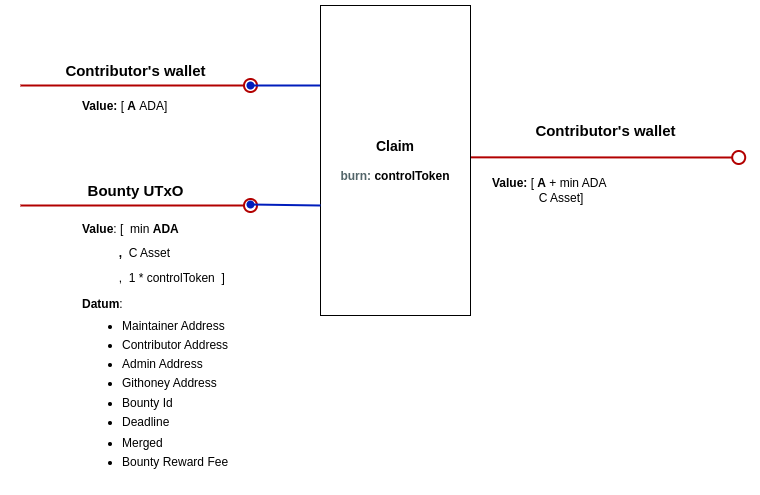
This is docs/img/claim.png from githoney-io/githoney-smart-contract, a draw.io export, as it was before one commit. Source tidied: cells renumbered, new cells last; positions are measured from the earlier drawing's top-left corner, leaving out a move shared by most shapes.
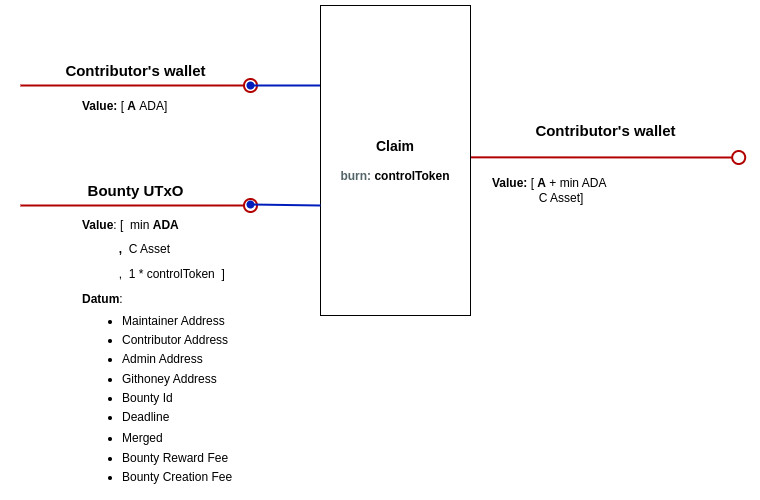
After the commit.

Commit message:
Adding creation Fee to datum

Change to the diagram source:
```diff
@@ -47,7 +47,7 @@
     <mxCell id="11" value="&lt;font style=&quot;font-size: 15px;&quot;&gt;&lt;b&gt;Bounty UTxO&lt;/b&gt;&lt;/font&gt;" style="text;html=1;align=center;verticalAlign=middle;strokeColor=none;fillColor=none;" parent="1" vertex="1">
       <mxGeometry x="55" y="170" width="120" height="30" as="geometry" />
     </mxCell>
-    <mxCell id="12" value="&lt;p style=&quot;line-height: 100%;&quot;&gt;&lt;b&gt;Value&lt;/b&gt;: [&amp;nbsp; min&lt;b&gt;&amp;nbsp;ADA&lt;/b&gt;&lt;/p&gt;&lt;p style=&quot;line-height: 100%;&quot;&gt;&lt;b&gt;&lt;span style=&quot;white-space: pre;&quot;&gt;&#9;&lt;/span&gt;&amp;nbsp; &amp;nbsp;,&amp;nbsp; &lt;/b&gt;C Asset&lt;br&gt;&lt;/p&gt;&lt;span style=&quot;background-color: initial;&quot;&gt;&amp;nbsp; &amp;nbsp; &amp;nbsp; &amp;nbsp; &amp;nbsp; &amp;nbsp;,&amp;nbsp; 1 * controlToken&lt;/span&gt;&lt;b style=&quot;background-color: initial;&quot;&gt;&amp;nbsp;&amp;nbsp;&lt;/b&gt;&lt;span style=&quot;background-color: initial;&quot;&gt;]&amp;nbsp;&lt;/span&gt;&lt;div&gt;&lt;div&gt;&lt;p style=&quot;line-height: 100%;&quot;&gt;&lt;b&gt;Datum&lt;/b&gt;:&lt;/p&gt;&lt;ul style=&quot;line-height: 80%;&quot;&gt;&lt;li&gt;Maintainer Address&lt;br&gt;&lt;br&gt;&lt;/li&gt;&lt;li&gt;Contributor Address&lt;/li&gt;&lt;br&gt;&lt;li&gt;Admin Address&amp;nbsp; &amp;nbsp;&lt;br&gt;&lt;br&gt;&lt;/li&gt;&lt;li&gt;Githoney Address&amp;nbsp; &amp;nbsp; &amp;nbsp; &amp;nbsp;&amp;nbsp;&lt;br&gt;&amp;nbsp; &amp;nbsp; &amp;nbsp;&lt;/li&gt;&lt;li&gt;Bounty Id&lt;br&gt;&lt;br&gt;&lt;/li&gt;&lt;li&gt;Deadline&lt;/li&gt;&lt;/ul&gt;&lt;ul style=&quot;line-height: 80%;&quot;&gt;&lt;li&gt;Merged&lt;br&gt;&lt;br&gt;&lt;/li&gt;&lt;li&gt;Bounty Reward Fee&lt;br&gt;&lt;br&gt;&lt;/li&gt;&lt;/ul&gt;&lt;p&gt;&lt;/p&gt;&lt;/div&gt;&lt;/div&gt;" style="text;html=1;strokeColor=none;fillColor=none;align=left;verticalAlign=middle;whiteSpace=wrap;rounded=0;" parent="1" vertex="1">
+    <mxCell id="12" value="&lt;p style=&quot;line-height: 100%;&quot;&gt;&lt;b&gt;Value&lt;/b&gt;: [&amp;nbsp; min&lt;b&gt;&amp;nbsp;ADA&lt;/b&gt;&lt;/p&gt;&lt;p style=&quot;line-height: 100%;&quot;&gt;&lt;b&gt;&lt;span style=&quot;white-space: pre;&quot;&gt;&#9;&lt;/span&gt;&amp;nbsp; &amp;nbsp;,&amp;nbsp; &lt;/b&gt;C Asset&lt;br&gt;&lt;/p&gt;&lt;span style=&quot;background-color: initial;&quot;&gt;&amp;nbsp; &amp;nbsp; &amp;nbsp; &amp;nbsp; &amp;nbsp; &amp;nbsp;,&amp;nbsp; 1 * controlToken&lt;/span&gt;&lt;b style=&quot;background-color: initial;&quot;&gt;&amp;nbsp;&amp;nbsp;&lt;/b&gt;&lt;span style=&quot;background-color: initial;&quot;&gt;]&amp;nbsp;&lt;/span&gt;&lt;div&gt;&lt;div&gt;&lt;p style=&quot;line-height: 100%;&quot;&gt;&lt;b&gt;Datum&lt;/b&gt;:&lt;/p&gt;&lt;ul style=&quot;line-height: 80%;&quot;&gt;&lt;li&gt;Maintainer Address&lt;br&gt;&lt;br&gt;&lt;/li&gt;&lt;li&gt;Contributor Address&lt;/li&gt;&lt;br&gt;&lt;li&gt;Admin Address&amp;nbsp; &amp;nbsp;&lt;br&gt;&lt;br&gt;&lt;/li&gt;&lt;li&gt;Githoney Address&amp;nbsp; &amp;nbsp; &amp;nbsp; &amp;nbsp;&amp;nbsp;&lt;br&gt;&amp;nbsp; &amp;nbsp; &amp;nbsp;&lt;/li&gt;&lt;li&gt;Bounty Id&lt;br&gt;&lt;br&gt;&lt;/li&gt;&lt;li&gt;Deadline&lt;/li&gt;&lt;/ul&gt;&lt;ul style=&quot;line-height: 80%;&quot;&gt;&lt;li&gt;Merged&lt;br&gt;&lt;br&gt;&lt;/li&gt;&lt;li&gt;Bounty Reward Fee&lt;br&gt;&lt;br&gt;&lt;/li&gt;&lt;li&gt;Bounty Creation Fee&lt;/li&gt;&lt;/ul&gt;&lt;p&gt;&lt;/p&gt;&lt;/div&gt;&lt;/div&gt;" style="text;html=1;strokeColor=none;fillColor=none;align=left;verticalAlign=middle;whiteSpace=wrap;rounded=0;" parent="1" vertex="1">
       <mxGeometry x="60" y="220" width="437.4" height="250" as="geometry" />
     </mxCell>
     <mxCell id="13" value="&lt;b&gt;Value: &lt;/b&gt;[&lt;b&gt;&amp;nbsp;A&lt;/b&gt;&amp;nbsp;+ min ADA&lt;br&gt;&lt;div&gt;&lt;span style=&quot;white-space: pre;&quot;&gt;&#9;&lt;/span&gt;&amp;nbsp; &amp;nbsp; &amp;nbsp; C Asset]&lt;/div&gt;" style="text;html=1;strokeColor=none;fillColor=none;align=left;verticalAlign=middle;whiteSpace=wrap;rounded=0;" parent="1" vertex="1">
```
